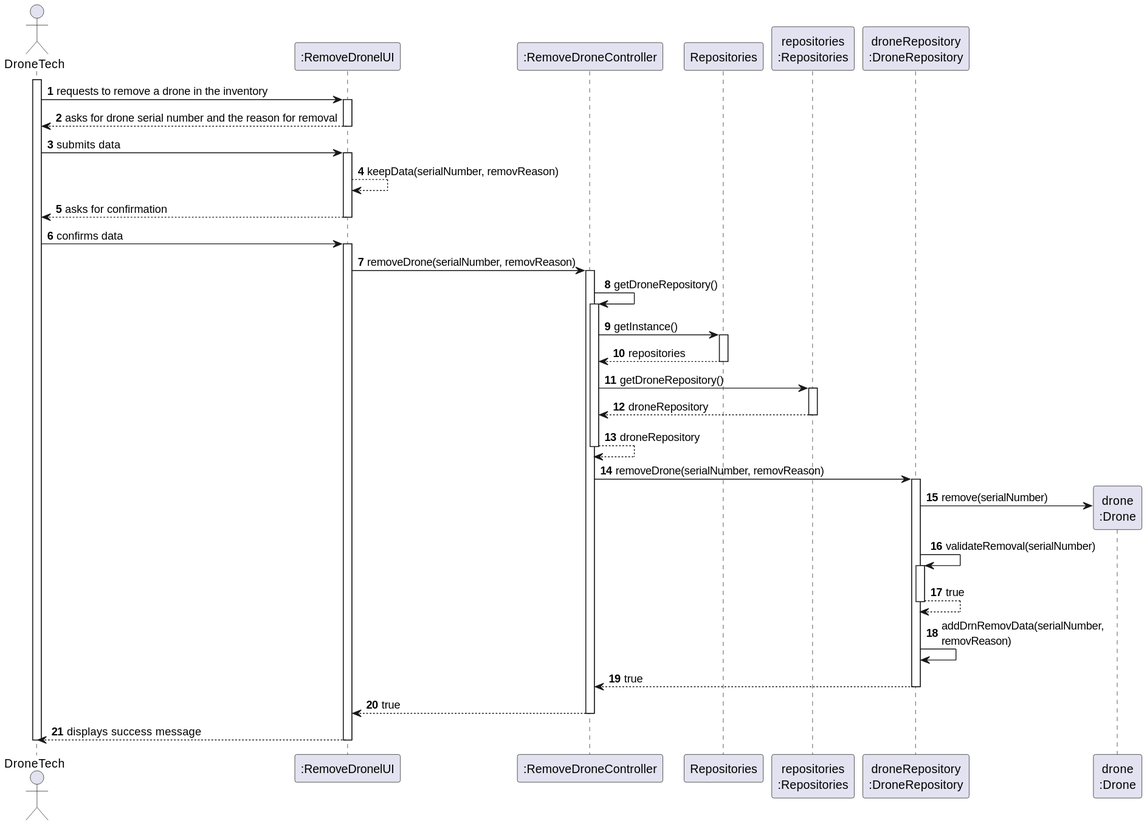
diogoveirospro/sem4pi-2024-2025-sem4pi_2024_2025_g44 keeps this PlantUML diagram as docs/SPRINT_2/US242/images/sequence_diagram_us242.svg. Above is the earlier version.
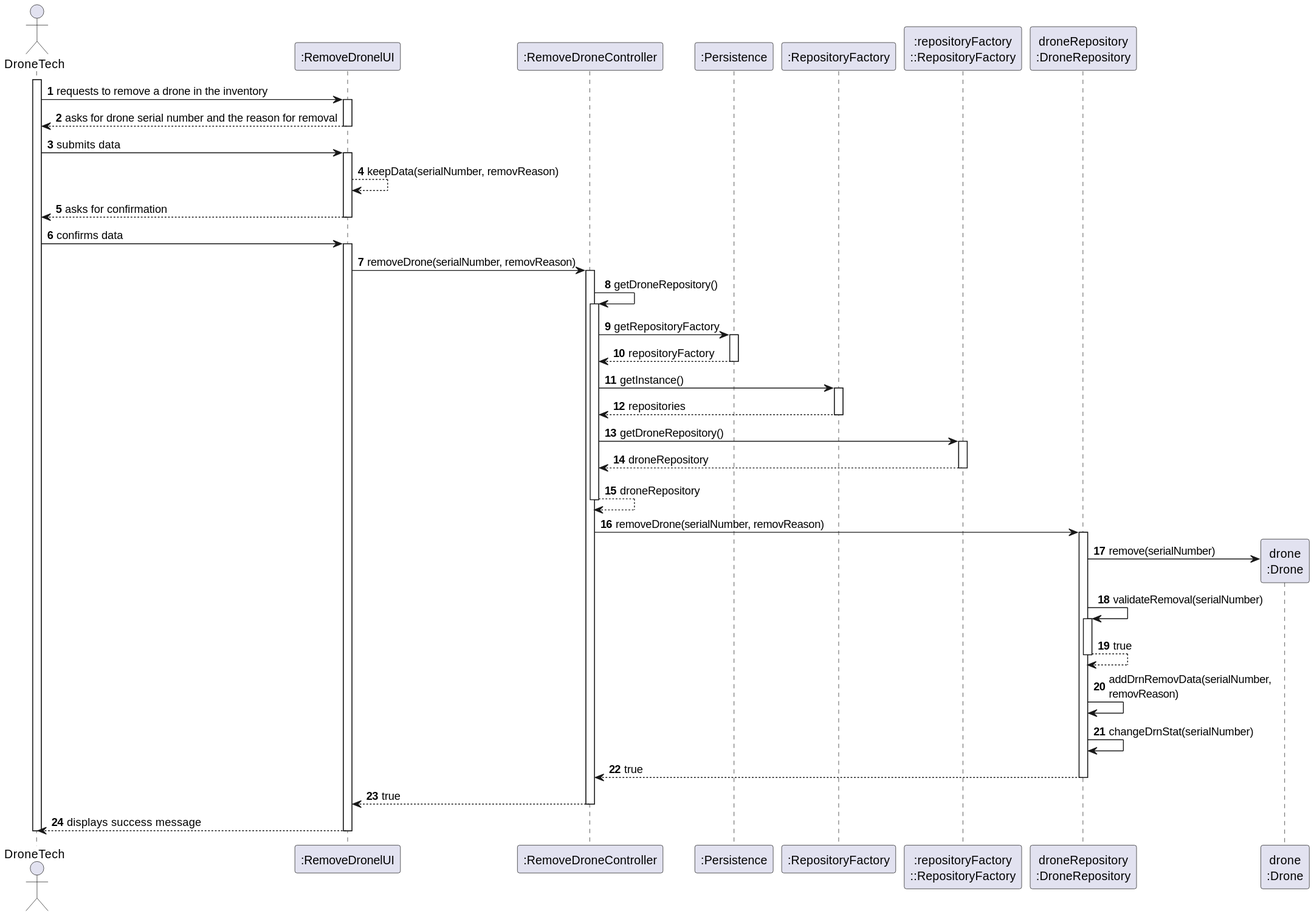
Above is the later version.

Commit message:
update on all design with persistence class

The edit, as a diff of the source:
```diff
@@ -8,8 +8,9 @@
 actor "DroneTech" as DT
 participant ":RemoveDronelUI" as UI
 participant ":RemoveDroneController" as CTRL
-participant "Repositories" as REPOS
-participant "repositories\n:Repositories" as REPOS_SINGLETON
+participant ":Persistence" as PERS
+participant ":RepositoryFactory" as REPOS
+participant ":repositoryFactory\n::RepositoryFactory" as REPOS_SINGLETON
 participant "droneRepository\n:DroneRepository" as DRN_REPO
 participant "drone\n:Drone" as DRONE
 
@@ -30,6 +31,10 @@
     activate CTRL
         CTRL -> CTRL :getDroneRepository()
         activate CTRL
+        CTRL -> PERS : getRepositoryFactory
+                                    activate PERS
+                                    PERS --> CTRL : repositoryFactory
+                                    deactivate PERS
         CTRL -> REPOS : getInstance()
         activate REPOS
             REPOS --> CTRL : repositories
@@ -51,7 +56,7 @@
                         DRN_REPO --> DRN_REPO : true
                     deactivate DRN_REPO
         DRN_REPO -> DRN_REPO : addDrnRemovData(serialNumber, \nremovReason)
-
+        DRN_REPO -> DRN_REPO : changeDrnStat(serialNumber)
                     DRN_REPO --> CTRL : true
 
         deactivate DRN_REPO
```
